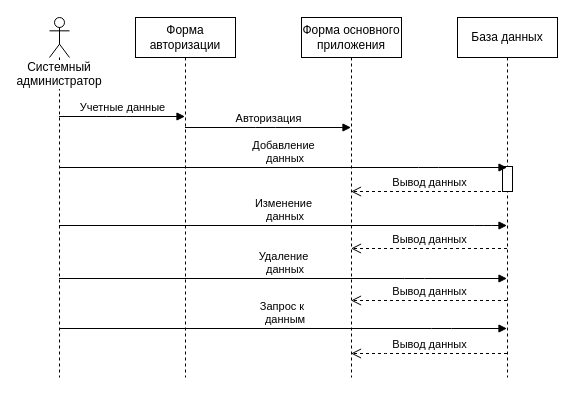
Before: Sequence Diagram.drawio in OhotnikovV/AvIS, a draw.io diagram. Source tidied: cells renumbered, new cells numbered last; positions are measured from the earlier drawing's top-left corner, leaving out a move shared by most shapes. Both pictures are drawn from the tidied source at 100%, with x=0, y=0 at pixel (49, 17).
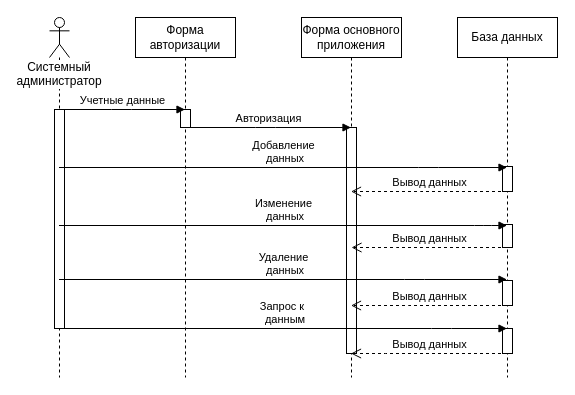
The same diagram, later.

Unchanged cells that the change refers to:
```xml
<mxCell id="2" value="Системный администратор" style="shape=umlLifeline;participant=umlActor;perimeter=lifelinePerimeter;whiteSpace=wrap;html=1;verticalAlign=top;spacingTop=36;labelBackgroundColor=#ffffff;outlineConnect=0;" parent="1" vertex="1">
  <mxGeometry width="20" height="360" as="geometry" />
</mxCell>
<mxCell id="3" value="Форма авторизации" style="shape=umlLifeline;perimeter=lifelinePerimeter;whiteSpace=wrap;html=1;outlineConnect=0;" parent="1" vertex="1">
  <mxGeometry x="86" width="100" height="360" as="geometry" />
</mxCell>
<mxCell id="4" value="База данных" style="shape=umlLifeline;perimeter=lifelinePerimeter;whiteSpace=wrap;html=1;outlineConnect=0;" parent="1" vertex="1">
  <mxGeometry x="408" width="100" height="360" as="geometry" />
</mxCell>
<mxCell id="6" value="Форма основного приложения" style="shape=umlLifeline;perimeter=lifelinePerimeter;whiteSpace=wrap;html=1;outlineConnect=0;" parent="1" vertex="1">
  <mxGeometry x="252" width="100" height="360" as="geometry" />
</mxCell>
```

What changed in the source:
```diff
@@
+    <mxCell id="17" style="html=1;perimeter=orthogonalPerimeter;" parent="2" vertex="1">
+      <mxGeometry x="5" y="92" width="10" height="219" as="geometry" />
+    </mxCell>
@@
+    <mxCell id="18" style="html=1;perimeter=orthogonalPerimeter;" parent="3" vertex="1">
+      <mxGeometry x="45" y="92" width="10" height="18" as="geometry" />
+    </mxCell>
@@
+    <mxCell id="19" style="html=1;perimeter=orthogonalPerimeter;" parent="4" vertex="1">
+      <mxGeometry x="45" y="207" width="10" height="23" as="geometry" />
+    </mxCell>
+    <mxCell id="20" style="html=1;perimeter=orthogonalPerimeter;" parent="4" vertex="1">
+      <mxGeometry x="45" y="311" width="10" height="25" as="geometry" />
+    </mxCell>
@@
+    <mxCell id="21" style="html=1;perimeter=orthogonalPerimeter;" parent="6" vertex="1">
+      <mxGeometry x="45" y="110" width="10" height="226" as="geometry" />
+    </mxCell>
     <mxCell id="7" value="Учетные данные" style="html=1;verticalAlign=bottom;endArrow=block;" parent="1" edge="1" source="2" target="3">
       <mxGeometry relative="1" as="geometry">
         <Array as="points">
-          <mxPoint x="67" y="99" />
+          <mxPoint x="72" y="92" />
         </Array>
       </mxGeometry>
     </mxCell>
@@
     <mxCell id="11" value="Удаление&lt;br&gt;&amp;nbsp;данных" style="html=1;verticalAlign=bottom;endArrow=block;" parent="1" edge="1" source="2" target="4">
       <mxGeometry relative="1" as="geometry">
         <Array as="points">
-          <mxPoint x="365" y="261" />
+          <mxPoint x="365" y="262" />
         </Array>
       </mxGeometry>
     </mxCell>
@@
-    <mxCell id="14" value="Вывод данных" style="html=1;verticalAlign=bottom;endArrow=open;dashed=1;endSize=8;" parent="1" edge="1" source="4" target="6">
+    <mxCell id="14" value="Вывод данных" style="html=1;verticalAlign=bottom;endArrow=open;dashed=1;endSize=8;" parent="1" edge="1" source="4">
       <mxGeometry relative="1" as="geometry">
+        <mxPoint x="302" y="230" as="targetPoint" />
         <Array as="points">
-          <mxPoint x="337" y="231" />
+          <mxPoint x="337" y="230" />
         </Array>
       </mxGeometry>
     </mxCell>
+    <mxCell id="16" value="Вывод данных" style="html=1;verticalAlign=bottom;endArrow=open;dashed=1;endSize=8;" parent="1" edge="1" source="4" target="6">
+      <mxGeometry relative="1" as="geometry">
+        <Array as="points">
+          <mxPoint x="326" y="336" />
+        </Array>
+      </mxGeometry>
+    </mxCell>
+    <mxCell id="22" style="html=1;perimeter=orthogonalPerimeter;" parent="1" vertex="1">
+      <mxGeometry x="453" y="263" width="10" height="25" as="geometry" />
+    </mxCell>
     <mxCell id="15" value="Вывод данных" style="html=1;verticalAlign=bottom;endArrow=open;dashed=1;endSize=8;" parent="1" edge="1" source="4" target="6">
       <mxGeometry relative="1" as="geometry">
         <Array as="points">
-          <mxPoint x="349" y="283" />
+          <mxPoint x="349" y="288" />
         </Array>
       </mxGeometry>
     </mxCell>
-    <mxCell id="16" value="Вывод данных" style="html=1;verticalAlign=bottom;endArrow=open;dashed=1;endSize=8;" parent="1" edge="1" source="4" target="6">
-      <mxGeometry relative="1" as="geometry">
-        <Array as="points">
-          <mxPoint x="326" y="336" />
-        </Array>
-      </mxGeometry>
-    </mxCell>
```
